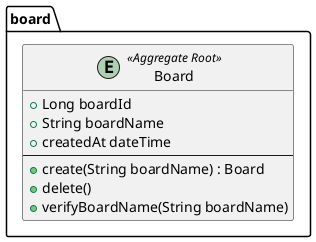
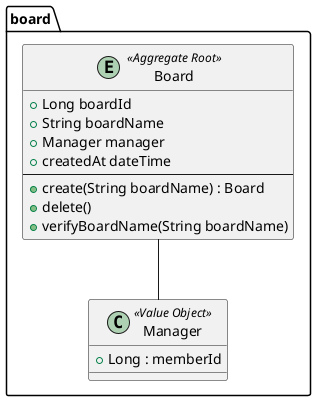
@startuml
package "board" {
    entity Board <<Aggregate Root>> {
        +Long boardId
        +String boardName
+         +Manager manager
        +createdAt dateTime
        --
        +create(String boardName) : Board
        +delete()
        +verifyBoardName(String boardName)
    }
+ 
+     class Manager <<Value Object>> {
+         +Long : memberId
+      }
+ 
+      Board -- Manager
}
@enduml
